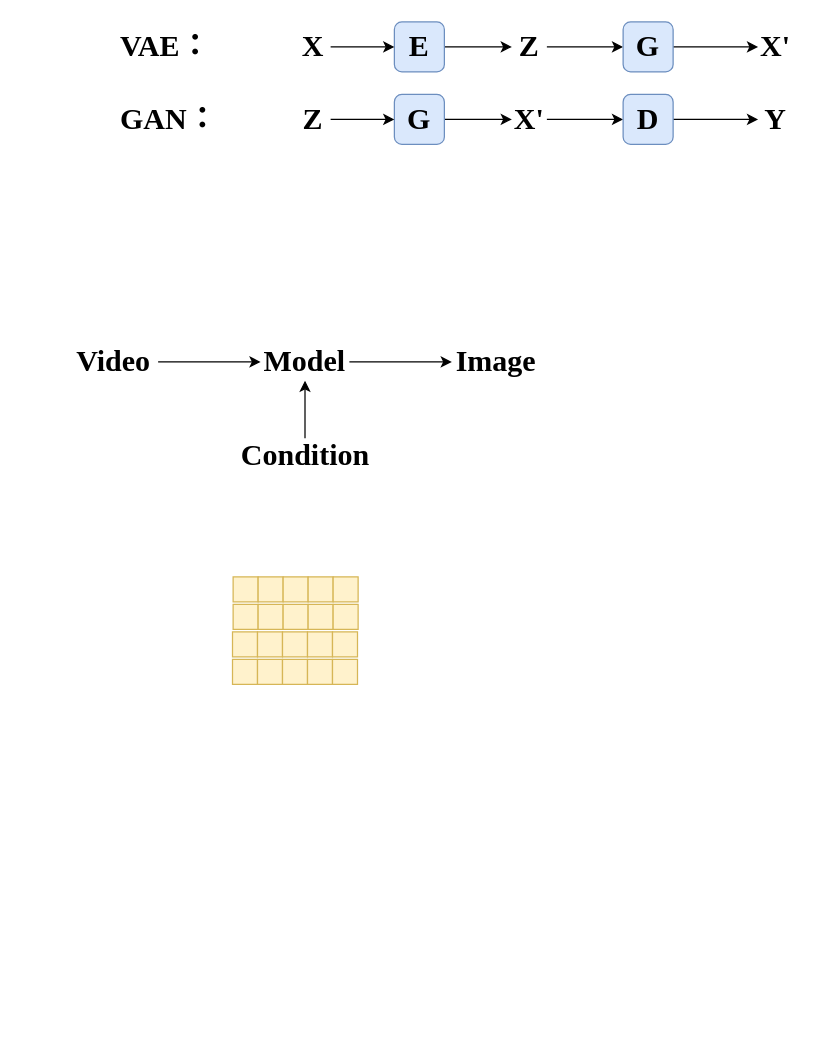
Before: 壁纸生成.drawio in GPlaying/brain_map, a draw.io diagram. Source tidied: cells renumbered, new cells numbered last; positions are measured from the earlier drawing's top-left corner, leaving out a move shared by most shapes. Both pictures are drawn from the tidied source at 125%, with x=0, y=0 at pixel (69, 21).
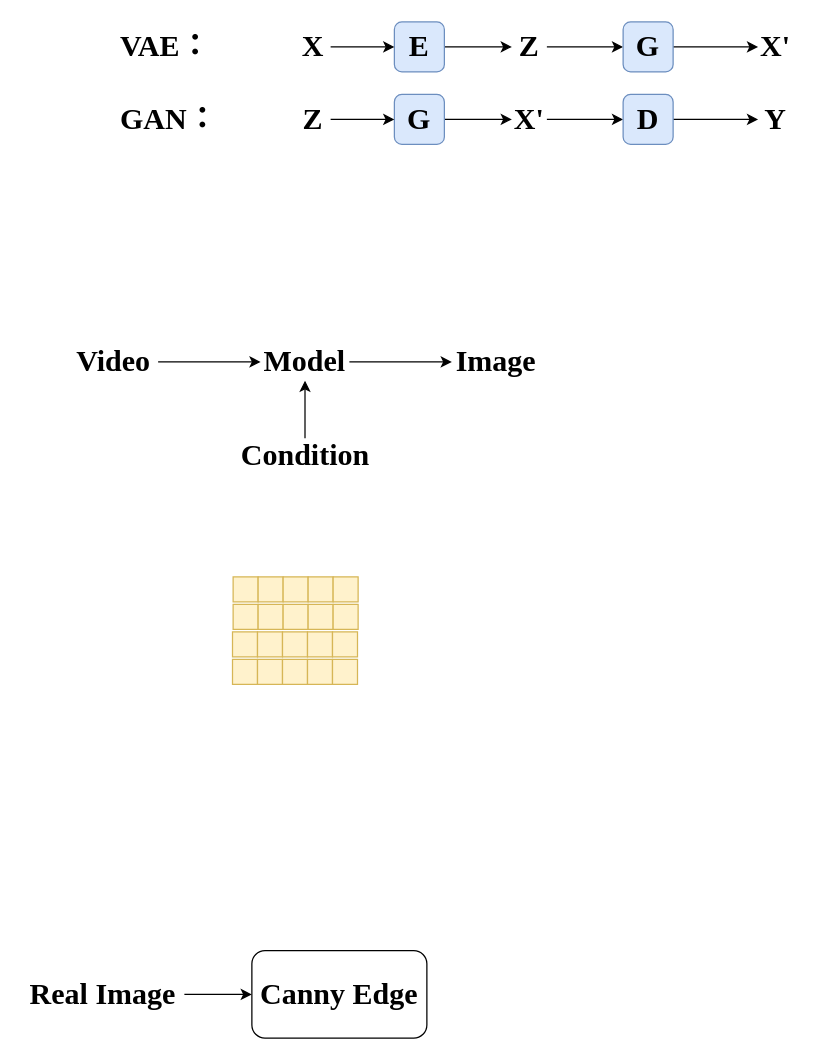
After the change.

Commit message (it also covers changes not shown here):
更新壁纸生成.drawio

Diff of the diagram source:
```diff
@@
+    <mxCell id="49" style="edgeStyle=orthogonalEdgeStyle;rounded=0;jettySize=auto;html=1;entryX=0;entryY=0.5;entryDx=0;entryDy=0;" parent="1" edge="1" source="50" target="51">
+      <mxGeometry relative="1" as="geometry" />
+    </mxCell>
+    <mxCell id="50" value="&lt;font size=&quot;1&quot; face=&quot;Times New Roman&quot;&gt;&lt;b style=&quot;font-size: 24px;&quot;&gt;Real Image&lt;/b&gt;&lt;/font&gt;" style="text;html=1;strokeColor=none;fillColor=none;align=center;verticalAlign=middle;whiteSpace=wrap;rounded=0;" parent="1" vertex="1">
+      <mxGeometry x="-38" y="763" width="130" height="30" as="geometry" />
+    </mxCell>
+    <mxCell id="51" style="rounded=1;whiteSpace=wrap;html=1;" parent="1" vertex="1">
+      <mxGeometry x="146" y="743" width="140" height="70" as="geometry" />
+    </mxCell>
+    <mxCell id="52" value="&lt;font size=&quot;1&quot; face=&quot;Times New Roman&quot;&gt;&lt;b style=&quot;font-size: 24px;&quot;&gt;Canny Edge&lt;/b&gt;&lt;/font&gt;" style="text;html=1;strokeColor=none;fillColor=none;align=center;verticalAlign=middle;whiteSpace=wrap;rounded=0;" parent="1" vertex="1">
+      <mxGeometry x="151" y="763" width="130" height="30" as="geometry" />
+    </mxCell>
```
